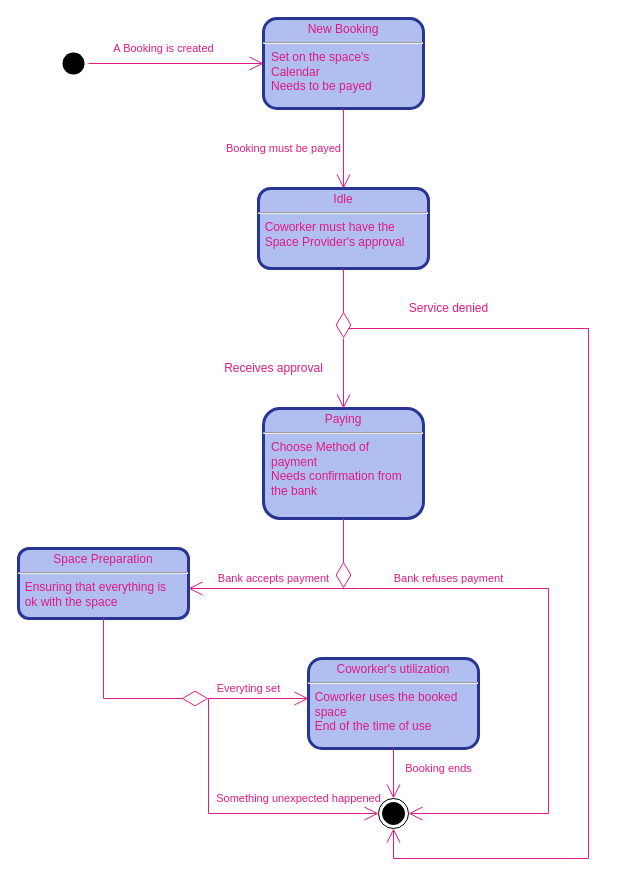
Before: page "State Diagram" (5 of 5) of doc/elaboration/models.drawio in DavidAraujo98/CoworkClub, a draw.io diagram. Source tidied: cells renumbered, new cells numbered last; positions are measured from the earlier drawing's top-left corner, leaving out a move shared by most shapes. Both pictures are drawn from the tidied source at 100%, with x=0, y=0 at pixel (18, 18).
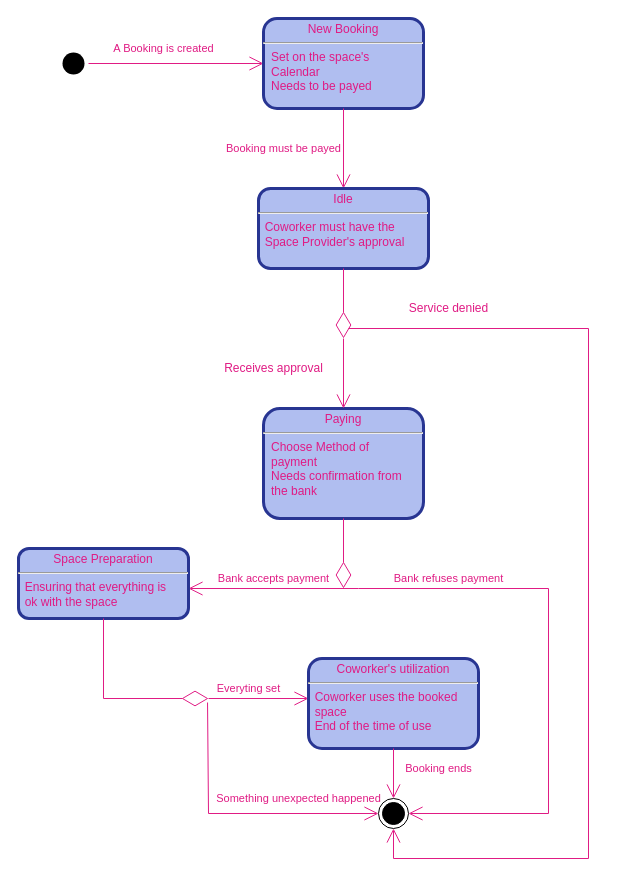
After the change.

Unchanged cells that the change refers to:
```xml
<mxCell id="18" style="ellipse;html=1;shape=endState;fillColor=#000000;strokeColor=#000000;rounded=1;fontFamily=Helvetica;fontSize=11;fontColor=#e01b84;" parent="1" vertex="1">
  <mxGeometry x="360" y="780" width="30" height="30" as="geometry" />
</mxCell>
<mxCell id="23" value="Everyting set" style="text;html=1;align=center;verticalAlign=middle;points=[];strokeColor=none;fillColor=none;fontSize=11;fontFamily=Helvetica;fontColor=#e01b84;" parent="1" vertex="1">
  <mxGeometry x="190" y="660" width="80" height="20" as="geometry" />
</mxCell>
```

What changed in the source:
```diff
@@
-    <mxCell id="19" style="endArrow=open;endFill=1;endSize=12;html=1;rounded=0;labelBackgroundColor=default;fontFamily=Helvetica;fontSize=11;fontColor=#e01b84;strokeColor=#e01b84;shape=connector;entryX=0;entryY=0.5;entryDx=0;entryDy=0;" parent="1" edge="1" target="18">
+    <mxCell id="19" style="endArrow=open;endFill=1;endSize=12;html=1;rounded=0;labelBackgroundColor=default;fontFamily=Helvetica;fontSize=11;fontColor=#e01b84;strokeColor=#e01b84;shape=connector;entryX=0;entryY=0.5;entryDx=0;entryDy=0;exitX=-0.012;exitY=1.2;exitDx=0;exitDy=0;exitPerimeter=0;" parent="1" edge="1" source="23" target="18">
       <mxGeometry relative="1" as="geometry">
-        <mxPoint x="190" y="680" as="sourcePoint" />
         <Array as="points">
           <mxPoint x="190" y="795" />
         </Array>
       </mxGeometry>
     </mxCell>
```
